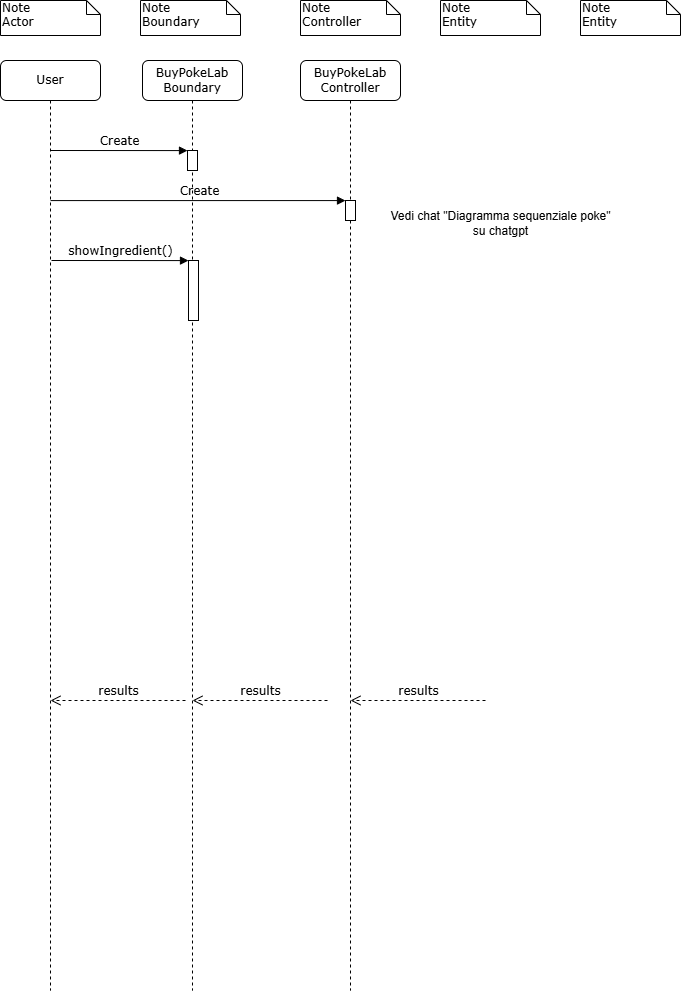
matteopinfildi/YourPoke-ISPWProject keeps this draw.io diagram as diagrams/SequenceDiagram.drawio.png. Above is the earlier version. Source tidied: cells renumbered, new cells last; positions are measured from the earlier drawing's top-left corner, leaving out a move shared by most shapes.
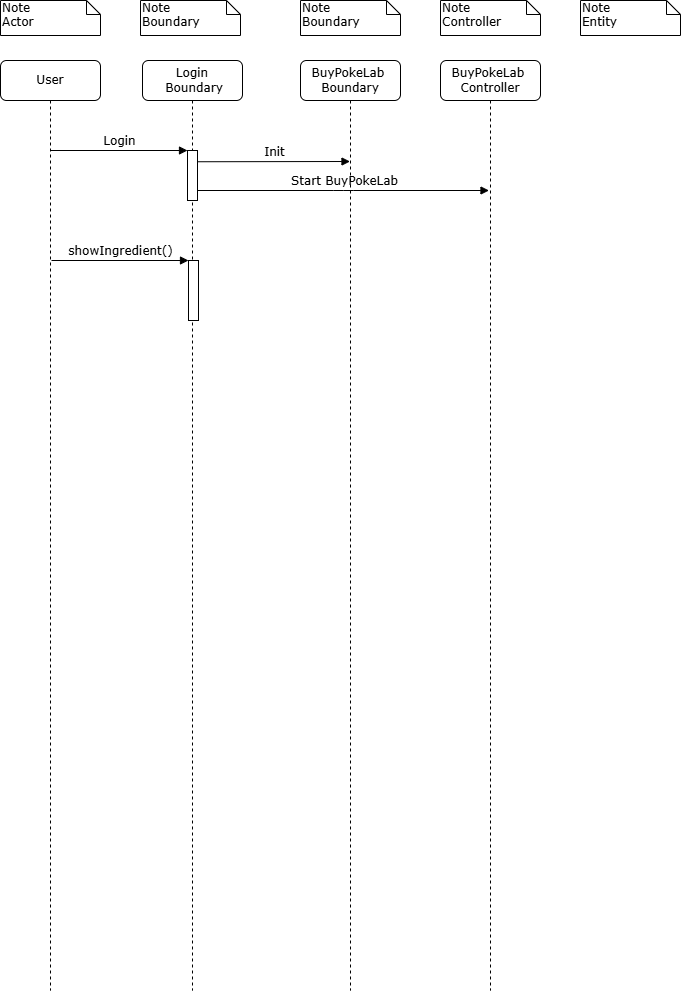
After the change.

The edit, as a diff of the source:
```diff
@@ -8,10 +8,10 @@
     <mxCell id="3" value="Note&lt;div&gt;Boundary&lt;/div&gt;" style="shape=note;whiteSpace=wrap;html=1;size=14;verticalAlign=top;align=left;spacingTop=-6;rounded=0;shadow=0;comic=0;labelBackgroundColor=none;strokeWidth=1;fontFamily=Verdana;fontSize=12;" parent="1" vertex="1">
       <mxGeometry x="140" width="100" height="35" as="geometry" />
     </mxCell>
-    <mxCell id="4" value="Note&lt;div&gt;Controller&lt;/div&gt;" style="shape=note;whiteSpace=wrap;html=1;size=14;verticalAlign=top;align=left;spacingTop=-6;rounded=0;shadow=0;comic=0;labelBackgroundColor=none;strokeWidth=1;fontFamily=Verdana;fontSize=12;" parent="1" vertex="1">
+    <mxCell id="4" value="Note&lt;div&gt;Boundary&lt;/div&gt;" style="shape=note;whiteSpace=wrap;html=1;size=14;verticalAlign=top;align=left;spacingTop=-6;rounded=0;shadow=0;comic=0;labelBackgroundColor=none;strokeWidth=1;fontFamily=Verdana;fontSize=12;" parent="1" vertex="1">
       <mxGeometry x="300" width="100" height="35" as="geometry" />
     </mxCell>
-    <mxCell id="5" value="Note&lt;div&gt;Entity&lt;/div&gt;" style="shape=note;whiteSpace=wrap;html=1;size=14;verticalAlign=top;align=left;spacingTop=-6;rounded=0;shadow=0;comic=0;labelBackgroundColor=none;strokeWidth=1;fontFamily=Verdana;fontSize=12;" parent="1" vertex="1">
+    <mxCell id="5" value="Note&lt;div&gt;Controller&lt;/div&gt;" style="shape=note;whiteSpace=wrap;html=1;size=14;verticalAlign=top;align=left;spacingTop=-6;rounded=0;shadow=0;comic=0;labelBackgroundColor=none;strokeWidth=1;fontFamily=Verdana;fontSize=12;" parent="1" vertex="1">
       <mxGeometry x="440" width="100" height="35" as="geometry" />
     </mxCell>
     <mxCell id="6" value="Note&lt;div&gt;Entity&lt;/div&gt;" style="shape=note;whiteSpace=wrap;html=1;size=14;verticalAlign=top;align=left;spacingTop=-6;rounded=0;shadow=0;comic=0;labelBackgroundColor=none;strokeWidth=1;fontFamily=Verdana;fontSize=12;" parent="1" vertex="1">
@@ -20,39 +20,19 @@
     <mxCell id="7" value="User" style="shape=umlLifeline;perimeter=lifelinePerimeter;whiteSpace=wrap;html=1;outlineConnect=0;rounded=1;shadow=0;comic=0;labelBackgroundColor=none;strokeWidth=1;fontFamily=Verdana;fontSize=12;align=center;" parent="1" vertex="1">
       <mxGeometry y="60" width="100" height="930" as="geometry" />
     </mxCell>
-    <mxCell id="8" value="results" style="html=1;verticalAlign=bottom;endArrow=open;dashed=1;endSize=8;labelBackgroundColor=none;fontFamily=Verdana;fontSize=12;edgeStyle=elbowEdgeStyle;elbow=horizontal;" parent="7" edge="1">
-      <mxGeometry relative="1" as="geometry">
-        <mxPoint x="185" y="640" as="sourcePoint" />
-        <mxPoint x="50" y="640" as="targetPoint" />
-        <Array as="points">
-          <mxPoint x="130" y="640" />
-          <mxPoint x="160" y="640" />
-        </Array>
-      </mxGeometry>
-    </mxCell>
     <mxCell id="9" value="showIngredient()" style="html=1;verticalAlign=bottom;endArrow=block;entryX=0;entryY=0;labelBackgroundColor=none;fontFamily=Verdana;fontSize=12;edgeStyle=elbowEdgeStyle;elbow=vertical;" parent="7" edge="1">
       <mxGeometry x="0.01" relative="1" as="geometry">
         <mxPoint x="51" y="200" as="sourcePoint" />
         <mxPoint x="188" y="200" as="targetPoint" />
       </mxGeometry>
     </mxCell>
-    <mxCell id="10" value="BuyPokeLab Boundary" style="shape=umlLifeline;perimeter=lifelinePerimeter;whiteSpace=wrap;html=1;rounded=1;shadow=0;comic=0;labelBackgroundColor=none;strokeWidth=1;fontFamily=Verdana;fontSize=12;align=center;" parent="1" vertex="1">
+    <mxCell id="10" value="Login&lt;div&gt;&amp;nbsp;Boundary&lt;/div&gt;" style="shape=umlLifeline;perimeter=lifelinePerimeter;whiteSpace=wrap;html=1;rounded=1;shadow=0;comic=0;labelBackgroundColor=none;strokeWidth=1;fontFamily=Verdana;fontSize=12;align=center;" parent="1" vertex="1">
       <mxGeometry x="142" y="60" width="100" height="930" as="geometry" />
     </mxCell>
-    <mxCell id="11" value="results" style="html=1;verticalAlign=bottom;endArrow=open;dashed=1;endSize=8;labelBackgroundColor=none;fontFamily=Verdana;fontSize=12;edgeStyle=elbowEdgeStyle;elbow=horizontal;" parent="10" edge="1">
-      <mxGeometry relative="1" as="geometry">
-        <mxPoint x="185" y="640" as="sourcePoint" />
-        <mxPoint x="50" y="640" as="targetPoint" />
-        <Array as="points">
-          <mxPoint x="130" y="640" />
-          <mxPoint x="160" y="640" />
-        </Array>
-      </mxGeometry>
-    </mxCell>
     <mxCell id="12" style="html=1;points=[];perimeter=orthogonalPerimeter;rounded=0;shadow=0;comic=0;labelBackgroundColor=none;strokeWidth=1;fontFamily=Verdana;fontSize=12;align=center;" parent="10" vertex="1">
-      <mxGeometry x="45" y="90" width="10" height="20" as="geometry" />
+      <mxGeometry x="45" y="90" width="10" height="50" as="geometry" />
     </mxCell>
-    <mxCell id="13" value="Create" style="html=1;verticalAlign=bottom;endArrow=block;entryX=0;entryY=0;labelBackgroundColor=none;fontFamily=Verdana;fontSize=12;edgeStyle=elbowEdgeStyle;elbow=vertical;" parent="10" edge="1" target="12">
+    <mxCell id="13" value="Login" style="html=1;verticalAlign=bottom;endArrow=block;entryX=0;entryY=0;labelBackgroundColor=none;fontFamily=Verdana;fontSize=12;edgeStyle=elbowEdgeStyle;elbow=vertical;" parent="10" edge="1" target="12">
       <mxGeometry x="0.01" relative="1" as="geometry">
         <mxPoint x="-92" y="90" as="sourcePoint" />
       </mxGeometry>
@@ -60,27 +40,20 @@
     <mxCell id="14" style="html=1;perimeter=orthogonalPerimeter;rounded=0;shadow=0;comic=0;labelBackgroundColor=none;strokeWidth=1;fontFamily=Verdana;fontSize=12;align=center;" parent="10" vertex="1">
       <mxGeometry x="46" y="200" width="10" height="60" as="geometry" />
     </mxCell>
-    <mxCell id="15" value="BuyPokeLab Controller" style="shape=umlLifeline;perimeter=lifelinePerimeter;whiteSpace=wrap;html=1;outlineConnect=0;rounded=1;shadow=0;comic=0;labelBackgroundColor=none;strokeWidth=1;fontFamily=Verdana;fontSize=12;align=center;" parent="1" vertex="1">
+    <mxCell id="15" value="BuyPokeLab&amp;nbsp;&lt;div&gt;Boundary&lt;/div&gt;" style="shape=umlLifeline;perimeter=lifelinePerimeter;whiteSpace=wrap;html=1;outlineConnect=0;rounded=1;shadow=0;comic=0;labelBackgroundColor=none;strokeWidth=1;fontFamily=Verdana;fontSize=12;align=center;" parent="1" vertex="1">
       <mxGeometry x="300" y="60" width="100" height="930" as="geometry" />
     </mxCell>
-    <mxCell id="16" value="results" style="html=1;verticalAlign=bottom;endArrow=open;dashed=1;endSize=8;labelBackgroundColor=none;fontFamily=Verdana;fontSize=12;edgeStyle=elbowEdgeStyle;elbow=horizontal;" parent="15" edge="1">
-      <mxGeometry relative="1" as="geometry">
-        <mxPoint x="185" y="640" as="sourcePoint" />
-        <mxPoint x="50" y="640" as="targetPoint" />
-        <Array as="points">
-          <mxPoint x="130" y="640" />
-          <mxPoint x="160" y="640" />
-        </Array>
-      </mxGeometry>
-    </mxCell>
-    <mxCell id="17" style="html=1;points=[];perimeter=orthogonalPerimeter;rounded=0;shadow=0;comic=0;labelBackgroundColor=none;strokeWidth=1;fontFamily=Verdana;fontSize=12;align=center;" parent="15" vertex="1">
-      <mxGeometry x="45" y="140" width="10" height="20" as="geometry" />
-    </mxCell>
-    <mxCell id="18" value="Create" style="html=1;verticalAlign=bottom;endArrow=block;entryX=0;entryY=0;labelBackgroundColor=none;fontFamily=Verdana;fontSize=12;edgeStyle=elbowEdgeStyle;elbow=vertical;" parent="1" edge="1" source="7" target="17">
+    <mxCell id="18" value="Init" style="html=1;verticalAlign=bottom;endArrow=block;labelBackgroundColor=none;fontFamily=Verdana;fontSize=12;edgeStyle=elbowEdgeStyle;elbow=vertical;exitX=1;exitY=0.225;exitDx=0;exitDy=0;exitPerimeter=0;" parent="1" edge="1" source="12" target="15">
       <mxGeometry x="0.01" relative="1" as="geometry" />
     </mxCell>
-    <mxCell id="19" value="Vedi chat &quot;Diagramma sequenziale poke&quot;&lt;br&gt;su chatgpt" style="text;html=1;align=center;verticalAlign=middle;strokeColor=none;fillColor=none;" parent="1" vertex="1">
-      <mxGeometry x="380" y="203" width="240" height="40" as="geometry" />
-    </mxCell>
+    <mxCell id="20" value="BuyPokeLab&amp;nbsp;&lt;div&gt;Controller&lt;/div&gt;" style="shape=umlLifeline;perimeter=lifelinePerimeter;whiteSpace=wrap;html=1;rounded=1;shadow=0;comic=0;labelBackgroundColor=none;strokeWidth=1;fontFamily=Verdana;fontSize=12;align=center;" parent="1" vertex="1">
+      <mxGeometry x="440" y="60" width="100" height="930" as="geometry" />
+    </mxCell>
+    <mxCell id="21" value="Start BuyPokeLab" style="html=1;verticalAlign=bottom;endArrow=block;labelBackgroundColor=none;fontFamily=Verdana;fontSize=12;edgeStyle=elbowEdgeStyle;elbow=vertical;exitX=1;exitY=0.225;exitDx=0;exitDy=0;exitPerimeter=0;" parent="1" edge="1">
+      <mxGeometry x="0.01" relative="1" as="geometry">
+        <mxPoint x="197" y="190" as="sourcePoint" />
+        <mxPoint x="488.5" y="190" as="targetPoint" />
+      </mxGeometry>
+    </mxCell>
   </root>
 </mxGraphModel>
```
